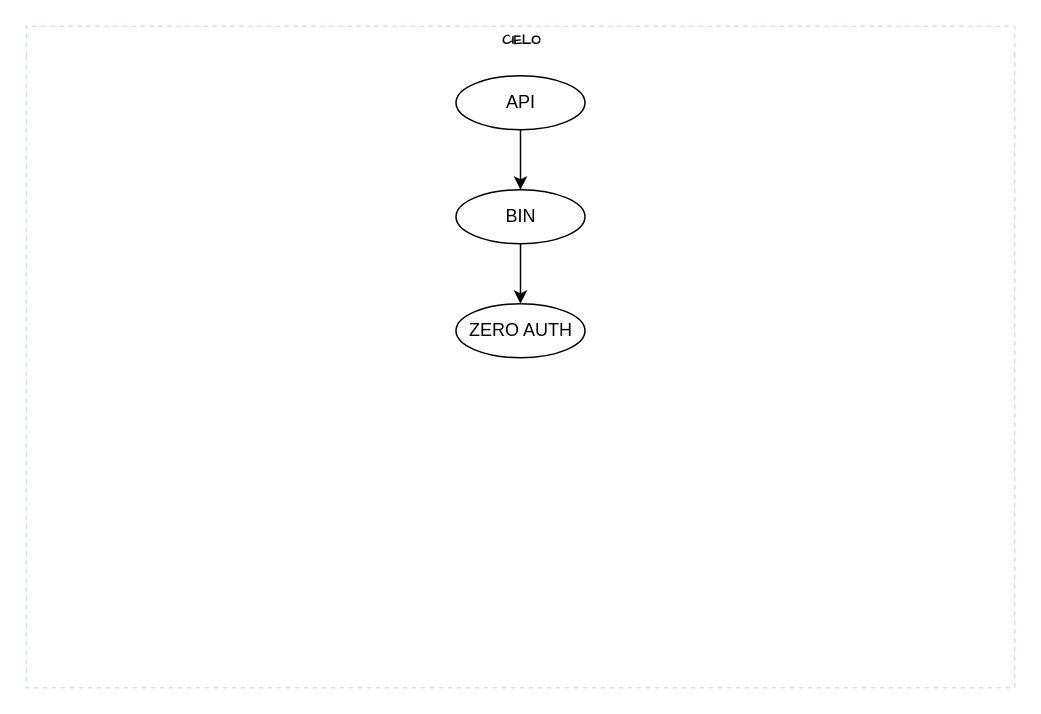
Above: Diagrama sem nome.drawio in senior-arch/Use_Cielo (draw.io), before the change. Source tidied: cells renumbered, new cells numbered last; positions are measured from the earlier drawing's top-left corner, leaving out a move shared by most shapes. Both pictures are drawn from the tidied source at 150%, with x=0, y=0 at pixel (26, 26).
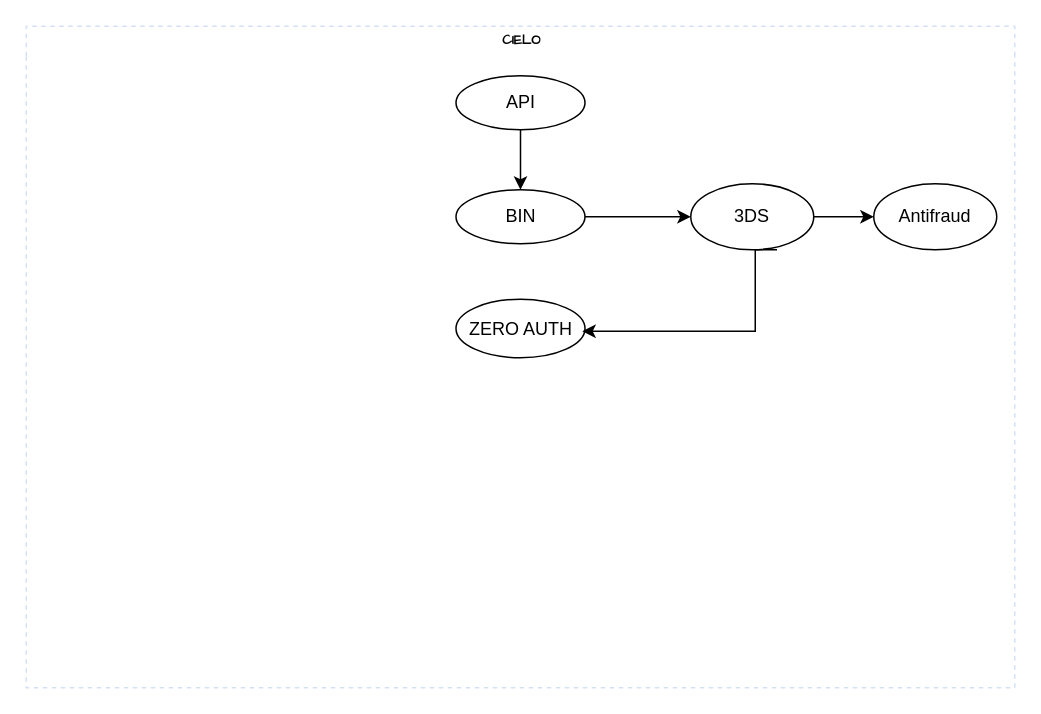
The same diagram, later.

The edit, as a diff of the source:
```diff
@@
 <mxGraphModel>
   <root>
     <mxCell id="0" />
     <mxCell id="1" parent="0" />
     <mxCell id="2" value="CIELO" style="swimlane;html=1;startSize=20;horizontal=1;containerType=tree;labelBackgroundColor=none;strokeColor=#D4E1F5;strokeWidth=1;fillColor=none;fontFamily=Comic Sans MS;fontSize=9;swimlaneLine=0;dashed=1;" parent="1" vertex="1">
       <mxGeometry width="659" height="441" as="geometry" />
     </mxCell>
     <mxCell id="3" value="API" style="ellipse;whiteSpace=wrap;html=1;" parent="2" vertex="1">
       <mxGeometry x="286.5" y="33" width="86" height="36" as="geometry" />
     </mxCell>
     <mxCell id="4" style="edgeStyle=orthogonalEdgeStyle;rounded=0;jettySize=auto;html=1;" parent="2" edge="1" source="3" target="5">
       <mxGeometry relative="1" as="geometry" />
     </mxCell>
     <mxCell id="5" value="BIN" style="ellipse;whiteSpace=wrap;html=1;" parent="2" vertex="1">
       <mxGeometry x="286.5" y="109" width="86" height="36" as="geometry" />
     </mxCell>
-    <mxCell id="6" style="edgeStyle=orthogonalEdgeStyle;rounded=0;jettySize=auto;html=1;" parent="2" edge="1" source="5" target="7">
-      <mxGeometry relative="1" as="geometry" />
-    </mxCell>
     <mxCell id="7" value="ZERO AUTH" style="ellipse;whiteSpace=wrap;html=1;" parent="2" vertex="1">
-      <mxGeometry x="286.5" y="185" width="86" height="36" as="geometry" />
+      <mxGeometry x="286.5" y="182" width="86" height="39" as="geometry" />
     </mxCell>
+    <mxCell id="8" style="edgeStyle=orthogonalEdgeStyle;rounded=0;jettySize=auto;html=1;entryX=0.979;entryY=0.547;entryDx=0;entryDy=0;entryPerimeter=0;" parent="2" edge="1" target="7">
+      <mxGeometry relative="1" as="geometry">
+        <mxPoint x="500.5" y="149" as="sourcePoint" />
+        <Array as="points">
+          <mxPoint x="486" y="149" />
+          <mxPoint x="486" y="203" />
+        </Array>
+      </mxGeometry>
+    </mxCell>
+    <mxCell id="9" value="3DS" style="ellipse;whiteSpace=wrap;html=1;" parent="2" vertex="1">
+      <mxGeometry x="443" y="105" width="82" height="44" as="geometry" />
+    </mxCell>
+    <mxCell id="10" style="edgeStyle=orthogonalEdgeStyle;rounded=0;jettySize=auto;html=1;exitX=1;exitY=0.5;exitDx=0;exitDy=0;" parent="2" edge="1" source="5" target="9">
+      <mxGeometry relative="1" as="geometry" />
+    </mxCell>
+    <mxCell id="11" style="edgeStyle=orthogonalEdgeStyle;rounded=0;jettySize=auto;html=1;exitX=1;exitY=0.5;exitDx=0;exitDy=0;" parent="2" edge="1" source="9" target="12">
+      <mxGeometry relative="1" as="geometry" />
+    </mxCell>
+    <mxCell id="12" value="Antifraud" style="ellipse;whiteSpace=wrap;html=1;" parent="2" vertex="1">
+      <mxGeometry x="565" y="105" width="82" height="44" as="geometry" />
+    </mxCell>
   </root>
 </mxGraphModel>
```
